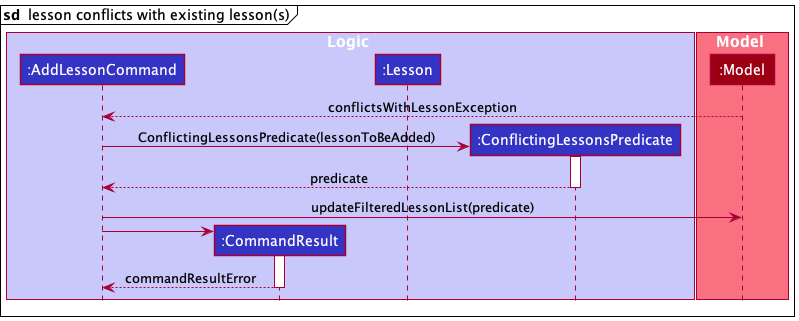
The PlantUML diagram docs/images/AddLessonSequenceDiagram_4.png in nus-cs2103-AY2122S2/tp, before a commit.
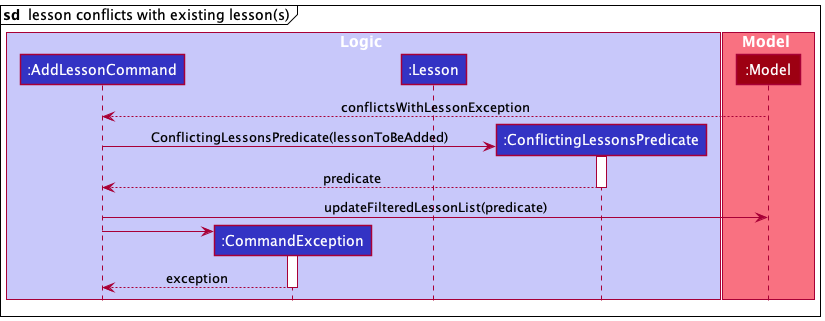
The same file after the commit.

Commit message:
Fix sequence diagrams

What changed in the source:
```diff
@@ -6,7 +6,7 @@
 box Logic LOGIC_COLOR_T1
 
 participant ":AddLessonCommand" as AddLessonCommand LOGIC_COLOR
-participant ":CommandResult" as CommandResult LOGIC_COLOR
+participant ":CommandException" as CommandException LOGIC_COLOR
 participant ":Lesson" as Lesson LOGIC_COLOR
 participant ":ConflictingLessonsPredicate" as ConflictingLessonsPredicate LOGIC_COLOR
 end box
@@ -26,11 +26,10 @@
 
 AddLessonCommand -> Model : updateFilteredLessonList(predicate)
 
-
-create CommandResult
-AddLessonCommand -> CommandResult
-activate CommandResult
-CommandResult --> AddLessonCommand : commandResultError
-deactivate CommandResult
+create CommandException
+AddLessonCommand -> CommandException
+activate CommandException
+AddLessonCommand <-- CommandException : exception
+deactivate CommandException
 
 @enduml
```
